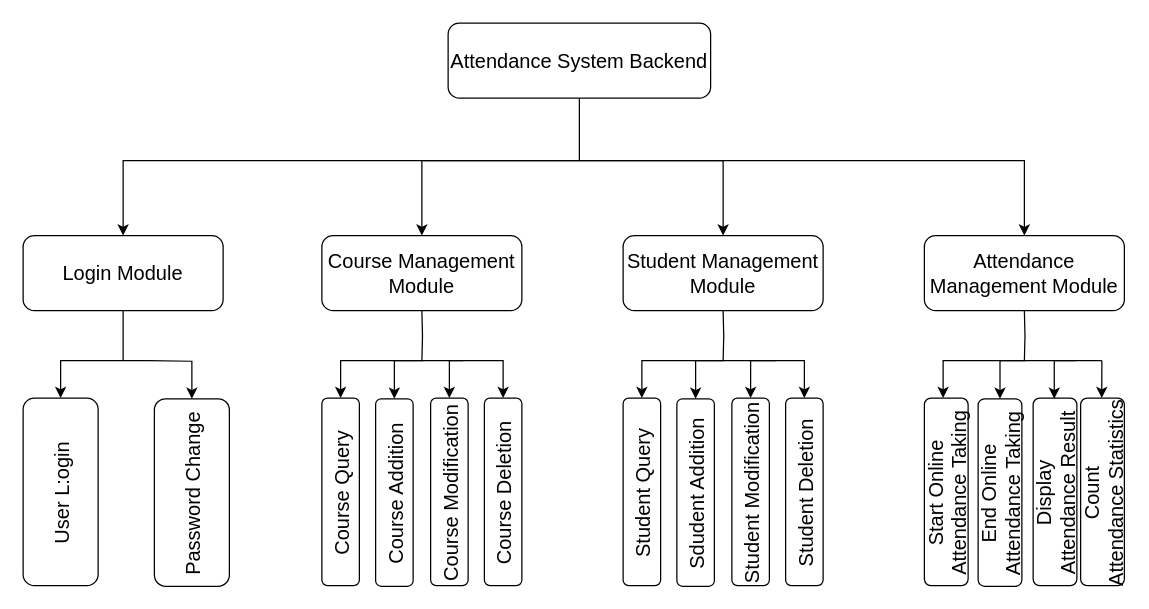
This is page "Page-1" (1 of 4) of attendance modules.drawio from fchen-group/attendance-system, a draw.io file, before an edit. Source tidied: cells renumbered, new cells numbered last; positions are measured from the earlier drawing's top-left corner, leaving out a move shared by most shapes. Both pictures are drawn from the tidied source at 125%, with x=0, y=0 at pixel (22, 22).
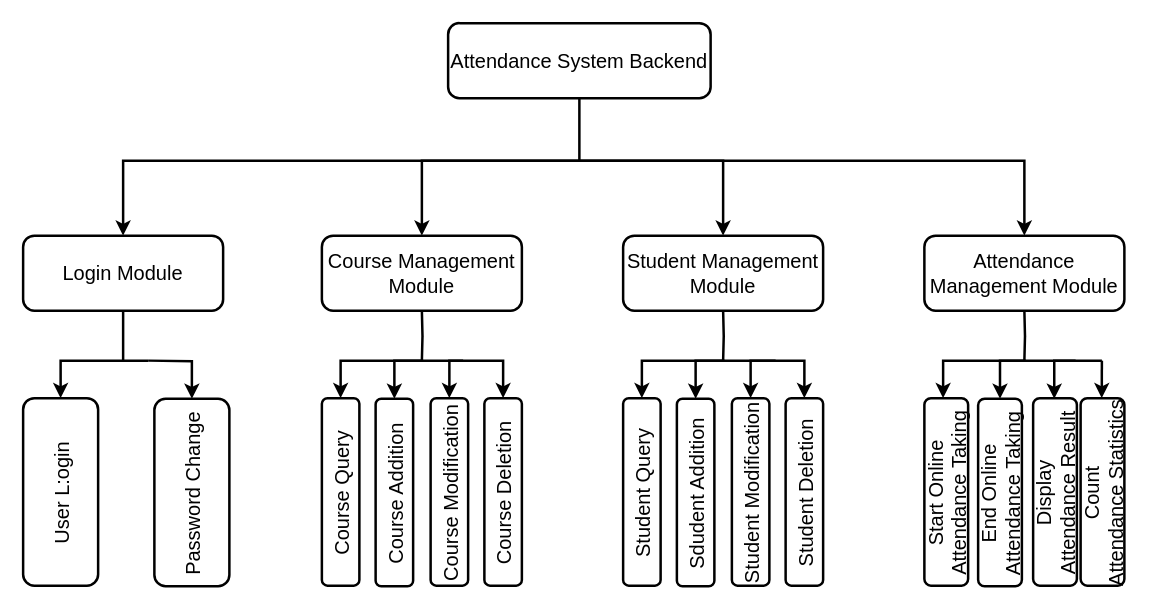
After the change.

Change to the diagram source:
```diff
@@
-    <mxCell id="2" style="group;" parent="1" vertex="1">
+    <mxCell id="2" style="group;strokeWidth=2;" parent="1" vertex="1">
       <mxGeometry width="881" height="450.5" as="geometry" />
     </mxCell>
-    <mxCell id="3" style="edgeStyle=orthogonalEdgeStyle;rounded=0;jettySize=auto;html=1;startArrow=none;startFill=0;endArrow=none;endFill=0;fontSize=16;" parent="2" edge="1" source="4">
+    <mxCell id="3" style="edgeStyle=orthogonalEdgeStyle;rounded=0;jettySize=auto;html=1;startArrow=none;startFill=0;endArrow=none;endFill=0;fontSize=16;strokeWidth=2;" parent="2" edge="1" source="4">
       <mxGeometry relative="1" as="geometry">
         <mxPoint x="445" y="110" as="targetPoint" />
       </mxGeometry>
     </mxCell>
-    <mxCell id="4" value="Attendance System Backend" style="rounded=1;whiteSpace=wrap;html=1;fontSize=16;" parent="2" vertex="1">
+    <mxCell id="4" value="Attendance System Backend" style="rounded=1;whiteSpace=wrap;html=1;fontSize=16;strokeWidth=2;" parent="2" vertex="1">
       <mxGeometry x="340" width="210" height="60" as="geometry" />
     </mxCell>
-    <mxCell id="5" style="edgeStyle=orthogonalEdgeStyle;rounded=0;jettySize=auto;html=1;exitX=0.5;exitY=1;exitDx=0;exitDy=0;startArrow=none;startFill=0;endArrow=none;endFill=0;fontSize=16;" parent="2" edge="1" source="6">
+    <mxCell id="5" style="edgeStyle=orthogonalEdgeStyle;rounded=0;jettySize=auto;html=1;exitX=0.5;exitY=1;exitDx=0;exitDy=0;startArrow=none;startFill=0;endArrow=none;endFill=0;fontSize=16;strokeWidth=2;" parent="2" edge="1" source="6">
       <mxGeometry relative="1" as="geometry">
         <mxPoint x="80" y="270" as="targetPoint" />
       </mxGeometry>
     </mxCell>
-    <mxCell id="6" value="Login Module" style="rounded=1;whiteSpace=wrap;html=1;fontSize=16;" parent="2" vertex="1">
+    <mxCell id="6" value="Login Module" style="rounded=1;whiteSpace=wrap;html=1;fontSize=16;strokeWidth=2;" parent="2" vertex="1">
       <mxGeometry y="170" width="160" height="60" as="geometry" />
     </mxCell>
-    <mxCell id="7" value="Course Management Module" style="rounded=1;whiteSpace=wrap;html=1;fontSize=16;" parent="2" vertex="1">
+    <mxCell id="7" value="Course Management Module" style="rounded=1;whiteSpace=wrap;html=1;fontSize=16;strokeWidth=2;" parent="2" vertex="1">
       <mxGeometry x="239" y="170" width="160" height="60" as="geometry" />
     </mxCell>
-    <mxCell id="8" value="Student Management Module" style="rounded=1;whiteSpace=wrap;html=1;fontSize=16;" parent="2" vertex="1">
+    <mxCell id="8" value="Student Management Module" style="rounded=1;whiteSpace=wrap;html=1;fontSize=16;strokeWidth=2;" parent="2" vertex="1">
       <mxGeometry x="480" y="170" width="160" height="60" as="geometry" />
     </mxCell>
-    <mxCell id="9" style="edgeStyle=orthogonalEdgeStyle;rounded=0;jettySize=auto;html=1;exitX=0.5;exitY=0;exitDx=0;exitDy=0;startArrow=classic;startFill=1;endArrow=classic;endFill=1;fontSize=16;entryX=0.5;entryY=0;entryDx=0;entryDy=0;" parent="2" edge="1" source="7" target="8">
+    <mxCell id="9" style="edgeStyle=orthogonalEdgeStyle;rounded=0;jettySize=auto;html=1;exitX=0.5;exitY=0;exitDx=0;exitDy=0;startArrow=classic;startFill=1;endArrow=classic;endFill=1;fontSize=16;entryX=0.5;entryY=0;entryDx=0;entryDy=0;strokeWidth=2;" parent="2" edge="1" source="7" target="8">
       <mxGeometry relative="1" as="geometry">
         <Array as="points">
           <mxPoint x="319" y="110" />
           <mxPoint x="560" y="110" />
         </Array>
       </mxGeometry>
     </mxCell>
-    <mxCell id="10" value="Attendance Management Module" style="rounded=1;whiteSpace=wrap;html=1;fontSize=16;" parent="2" vertex="1">
+    <mxCell id="10" value="Attendance Management Module" style="rounded=1;whiteSpace=wrap;html=1;fontSize=16;strokeWidth=2;" parent="2" vertex="1">
       <mxGeometry x="721" y="170" width="160" height="60" as="geometry" />
     </mxCell>
-    <mxCell id="11" style="edgeStyle=orthogonalEdgeStyle;rounded=0;jettySize=auto;html=1;fontSize=16;exitX=0.5;exitY=0;exitDx=0;exitDy=0;endArrow=classic;endFill=1;startArrow=classic;startFill=1;" parent="2" edge="1" source="10" target="6">
+    <mxCell id="11" style="edgeStyle=orthogonalEdgeStyle;rounded=0;jettySize=auto;html=1;fontSize=16;exitX=0.5;exitY=0;exitDx=0;exitDy=0;endArrow=classic;endFill=1;startArrow=classic;startFill=1;strokeWidth=2;" parent="2" edge="1" source="10" target="6">
       <mxGeometry relative="1" as="geometry">
         <Array as="points">
           <mxPoint x="801" y="110" />
           <mxPoint x="80" y="110" />
         </Array>
       </mxGeometry>
     </mxCell>
-    <mxCell id="12" value="User L:ogin" style="rounded=1;direction=south;horizontal=0;fontSize=16;" parent="2" vertex="1">
+    <mxCell id="12" value="User L:ogin" style="rounded=1;direction=south;horizontal=0;fontSize=16;strokeWidth=2;" parent="2" vertex="1">
       <mxGeometry y="300" width="60" height="150" as="geometry" />
     </mxCell>
-    <mxCell id="13" style="edgeStyle=orthogonalEdgeStyle;elbow=vertical;rounded=0;" parent="2" edge="1" target="12">
+    <mxCell id="13" style="edgeStyle=orthogonalEdgeStyle;elbow=vertical;rounded=0;strokeWidth=2;" parent="2" edge="1" target="12">
       <mxGeometry relative="1" as="geometry">
         <mxPoint x="100" y="270" as="sourcePoint" />
         <Array as="points">
           <mxPoint x="100" y="270" />
           <mxPoint x="30" y="270" />
         </Array>
       </mxGeometry>
     </mxCell>
-    <mxCell id="14" value="Password Change" style="rounded=1;direction=south;fontSize=16;horizontal=0;rotation=0;" parent="2" vertex="1">
+    <mxCell id="14" value="Password Change" style="rounded=1;direction=south;fontSize=16;horizontal=0;rotation=0;strokeWidth=2;" parent="2" vertex="1">
       <mxGeometry x="105" y="300.5" width="60" height="150" as="geometry" />
     </mxCell>
-    <mxCell id="15" style="edgeStyle=orthogonalEdgeStyle;elbow=vertical;rounded=0;" parent="2" edge="1" target="14">
+    <mxCell id="15" style="edgeStyle=orthogonalEdgeStyle;elbow=vertical;rounded=0;strokeWidth=2;" parent="2" edge="1" target="14">
       <mxGeometry relative="1" as="geometry">
         <mxPoint x="100" y="270" as="sourcePoint" />
       </mxGeometry>
     </mxCell>
-    <mxCell id="16" style="edgeStyle=orthogonalEdgeStyle;rounded=0;orthogonalLoop=1;jettySize=auto;html=1;exitX=0.5;exitY=1;exitDx=0;exitDy=0;startArrow=none;startFill=0;endArrow=none;endFill=0;fontSize=16;" parent="2" edge="1">
+    <mxCell id="16" style="edgeStyle=orthogonalEdgeStyle;rounded=0;orthogonalLoop=1;jettySize=auto;html=1;exitX=0.5;exitY=1;exitDx=0;exitDy=0;startArrow=none;startFill=0;endArrow=none;endFill=0;fontSize=16;strokeWidth=2;" parent="2" edge="1">
       <mxGeometry relative="1" as="geometry">
         <mxPoint x="319" y="230" as="sourcePoint" />
         <mxPoint x="319" y="270" as="targetPoint" />
       </mxGeometry>
     </mxCell>
-    <mxCell id="17" value="Course Query" style="rounded=1;direction=south;horizontal=0;fontSize=16;" parent="2" vertex="1">
+    <mxCell id="17" value="Course Query" style="rounded=1;direction=south;horizontal=0;fontSize=16;strokeWidth=2;" parent="2" vertex="1">
       <mxGeometry x="239" y="300" width="30" height="150" as="geometry" />
     </mxCell>
-    <mxCell id="18" style="edgeStyle=orthogonalEdgeStyle;elbow=vertical;rounded=0;" parent="2" edge="1" target="17">
+    <mxCell id="18" style="edgeStyle=orthogonalEdgeStyle;elbow=vertical;rounded=0;strokeWidth=2;" parent="2" edge="1" target="17">
       <mxGeometry relative="1" as="geometry">
         <mxPoint x="320" y="270" as="sourcePoint" />
         <Array as="points">
           <mxPoint x="320" y="270" />
           <mxPoint x="254" y="270" />
         </Array>
       </mxGeometry>
     </mxCell>
-    <mxCell id="19" value="Course Addition" style="rounded=1;direction=south;fontSize=16;horizontal=0;rotation=0;" parent="2" vertex="1">
+    <mxCell id="19" value="Course Addition" style="rounded=1;direction=south;fontSize=16;horizontal=0;rotation=0;strokeWidth=2;" parent="2" vertex="1">
       <mxGeometry x="282" y="300.5" width="30" height="150" as="geometry" />
     </mxCell>
-    <mxCell id="20" style="edgeStyle=orthogonalEdgeStyle;elbow=vertical;rounded=0;" parent="2" edge="1" target="19">
+    <mxCell id="20" style="edgeStyle=orthogonalEdgeStyle;elbow=vertical;rounded=0;strokeWidth=2;" parent="2" edge="1" target="19">
       <mxGeometry relative="1" as="geometry">
         <mxPoint x="352" y="270" as="sourcePoint" />
         <Array as="points">
           <mxPoint x="340" y="270" />
           <mxPoint x="297" y="270" />
         </Array>
       </mxGeometry>
     </mxCell>
-    <mxCell id="21" value="Course Modification" style="rounded=1;direction=south;horizontal=0;fontSize=16;" parent="2" vertex="1">
+    <mxCell id="21" value="Course Modification" style="rounded=1;direction=south;horizontal=0;fontSize=16;strokeWidth=2;" parent="2" vertex="1">
       <mxGeometry x="326" y="300" width="30" height="150" as="geometry" />
     </mxCell>
-    <mxCell id="22" value="Course Deletion" style="rounded=1;direction=south;fontSize=16;horizontal=0;rotation=0;" parent="2" vertex="1">
+    <mxCell id="22" value="Course Deletion" style="rounded=1;direction=south;fontSize=16;horizontal=0;rotation=0;strokeWidth=2;" parent="2" vertex="1">
       <mxGeometry x="369" y="300" width="30" height="150" as="geometry" />
     </mxCell>
-    <mxCell id="23" style="edgeStyle=orthogonalEdgeStyle;elbow=vertical;rounded=0;entryX=0;entryY=0.5;entryDx=0;entryDy=0;exitX=0;exitY=0.5;exitDx=0;exitDy=0;startArrow=classic;startFill=1;" parent="2" edge="1" source="22" target="21">
+    <mxCell id="23" style="edgeStyle=orthogonalEdgeStyle;elbow=vertical;rounded=0;entryX=0;entryY=0.5;entryDx=0;entryDy=0;exitX=0;exitY=0.5;exitDx=0;exitDy=0;startArrow=classic;startFill=1;strokeWidth=2;" parent="2" edge="1" source="22" target="21">
       <mxGeometry relative="1" as="geometry">
         <Array as="points">
           <mxPoint x="384" y="270" />
           <mxPoint x="341" y="270" />
         </Array>
       </mxGeometry>
     </mxCell>
-    <mxCell id="24" style="edgeStyle=orthogonalEdgeStyle;rounded=0;orthogonalLoop=1;jettySize=auto;html=1;exitX=0.5;exitY=1;exitDx=0;exitDy=0;startArrow=none;startFill=0;endArrow=none;endFill=0;fontSize=16;" parent="2" edge="1">
+    <mxCell id="24" style="edgeStyle=orthogonalEdgeStyle;rounded=0;orthogonalLoop=1;jettySize=auto;html=1;exitX=0.5;exitY=1;exitDx=0;exitDy=0;startArrow=none;startFill=0;endArrow=none;endFill=0;fontSize=16;strokeWidth=2;" parent="2" edge="1">
       <mxGeometry relative="1" as="geometry">
         <mxPoint x="560" y="230" as="sourcePoint" />
         <mxPoint x="560" y="270" as="targetPoint" />
       </mxGeometry>
     </mxCell>
-    <mxCell id="25" value="Student Query" style="rounded=1;direction=south;horizontal=0;fontSize=16;" parent="2" vertex="1">
+    <mxCell id="25" value="Student Query" style="rounded=1;direction=south;horizontal=0;fontSize=16;strokeWidth=2;" parent="2" vertex="1">
       <mxGeometry x="480" y="300" width="30" height="150" as="geometry" />
     </mxCell>
-    <mxCell id="26" style="edgeStyle=orthogonalEdgeStyle;elbow=vertical;rounded=0;" parent="2" edge="1" target="25">
+    <mxCell id="26" style="edgeStyle=orthogonalEdgeStyle;elbow=vertical;rounded=0;strokeWidth=2;" parent="2" edge="1" target="25">
       <mxGeometry relative="1" as="geometry">
         <mxPoint x="561" y="270" as="sourcePoint" />
         <Array as="points">
           <mxPoint x="561" y="270" />
           <mxPoint x="495" y="270" />
         </Array>
       </mxGeometry>
     </mxCell>
-    <mxCell id="27" value="Sdudent Addition" style="rounded=1;direction=south;fontSize=16;horizontal=0;rotation=0;" parent="2" vertex="1">
+    <mxCell id="27" value="Sdudent Addition" style="rounded=1;direction=south;fontSize=16;horizontal=0;rotation=0;strokeWidth=2;" parent="2" vertex="1">
       <mxGeometry x="523" y="300.5" width="30" height="150" as="geometry" />
     </mxCell>
-    <mxCell id="28" style="edgeStyle=orthogonalEdgeStyle;elbow=vertical;rounded=0;" parent="2" edge="1" target="27">
+    <mxCell id="28" style="edgeStyle=orthogonalEdgeStyle;elbow=vertical;rounded=0;strokeWidth=2;" parent="2" edge="1" target="27">
       <mxGeometry relative="1" as="geometry">
         <mxPoint x="602" y="270" as="sourcePoint" />
         <Array as="points">
           <mxPoint x="581" y="270" />
           <mxPoint x="538" y="270" />
         </Array>
       </mxGeometry>
     </mxCell>
-    <mxCell id="29" value="Student Modification" style="rounded=1;direction=south;horizontal=0;fontSize=16;" parent="2" vertex="1">
+    <mxCell id="29" value="Student Modification" style="rounded=1;direction=south;horizontal=0;fontSize=16;strokeWidth=2;" parent="2" vertex="1">
       <mxGeometry x="567" y="300" width="30" height="150" as="geometry" />
     </mxCell>
-    <mxCell id="30" value="Student Deletion" style="rounded=1;direction=south;fontSize=16;horizontal=0;rotation=0;" parent="2" vertex="1">
+    <mxCell id="30" value="Student Deletion" style="rounded=1;direction=south;fontSize=16;horizontal=0;rotation=0;strokeWidth=2;" parent="2" vertex="1">
       <mxGeometry x="610" y="300" width="30" height="150" as="geometry" />
     </mxCell>
-    <mxCell id="31" style="edgeStyle=orthogonalEdgeStyle;elbow=vertical;rounded=0;entryX=0;entryY=0.5;entryDx=0;entryDy=0;exitX=0;exitY=0.5;exitDx=0;exitDy=0;startArrow=classic;startFill=1;" parent="2" edge="1" source="30" target="29">
+    <mxCell id="31" style="edgeStyle=orthogonalEdgeStyle;elbow=vertical;rounded=0;entryX=0;entryY=0.5;entryDx=0;entryDy=0;exitX=0;exitY=0.5;exitDx=0;exitDy=0;startArrow=classic;startFill=1;strokeWidth=2;" parent="2" edge="1" source="30" target="29">
       <mxGeometry relative="1" as="geometry">
         <Array as="points">
           <mxPoint x="625" y="270" />
           <mxPoint x="582" y="270" />
         </Array>
       </mxGeometry>
     </mxCell>
-    <mxCell id="32" style="edgeStyle=orthogonalEdgeStyle;rounded=0;orthogonalLoop=1;jettySize=auto;html=1;exitX=0.5;exitY=1;exitDx=0;exitDy=0;startArrow=none;startFill=0;endArrow=none;endFill=0;fontSize=16;" parent="2" edge="1">
+    <mxCell id="32" style="edgeStyle=orthogonalEdgeStyle;rounded=0;orthogonalLoop=1;jettySize=auto;html=1;exitX=0.5;exitY=1;exitDx=0;exitDy=0;startArrow=none;startFill=0;endArrow=none;endFill=0;fontSize=16;strokeWidth=2;" parent="2" edge="1">
       <mxGeometry relative="1" as="geometry">
         <mxPoint x="801" y="230" as="sourcePoint" />
         <mxPoint x="801" y="270" as="targetPoint" />
       </mxGeometry>
     </mxCell>
-    <mxCell id="33" value="Start Online&#10;Attendance Taking" style="rounded=1;direction=south;horizontal=0;fontSize=16;" parent="2" vertex="1">
+    <mxCell id="33" value="Start Online&#10;Attendance Taking" style="rounded=1;direction=south;horizontal=0;fontSize=16;strokeWidth=2;" parent="2" vertex="1">
       <mxGeometry x="721" y="300" width="35" height="150" as="geometry" />
     </mxCell>
-    <mxCell id="34" style="edgeStyle=orthogonalEdgeStyle;elbow=vertical;rounded=0;" parent="2" edge="1" target="33">
+    <mxCell id="34" style="edgeStyle=orthogonalEdgeStyle;elbow=vertical;rounded=0;strokeWidth=2;" parent="2" edge="1" target="33">
       <mxGeometry relative="1" as="geometry">
         <mxPoint x="802" y="270" as="sourcePoint" />
         <Array as="points">
           <mxPoint x="802" y="270" />
           <mxPoint x="736" y="270" />
         </Array>
       </mxGeometry>
     </mxCell>
-    <mxCell id="35" value="End Online &#10;Attendance Taking" style="rounded=1;direction=south;fontSize=16;horizontal=0;rotation=0;" parent="2" vertex="1">
+    <mxCell id="35" value="End Online &#10;Attendance Taking" style="rounded=1;direction=south;fontSize=16;horizontal=0;rotation=0;strokeWidth=2;" parent="2" vertex="1">
       <mxGeometry x="764" y="300.5" width="35" height="150" as="geometry" />
     </mxCell>
-    <mxCell id="36" style="edgeStyle=orthogonalEdgeStyle;elbow=vertical;rounded=0;" parent="2" edge="1" target="35">
+    <mxCell id="36" style="edgeStyle=orthogonalEdgeStyle;elbow=vertical;rounded=0;strokeWidth=2;" parent="2" edge="1" target="35">
       <mxGeometry relative="1" as="geometry">
         <mxPoint x="842" y="270" as="sourcePoint" />
         <Array as="points">
           <mxPoint x="822" y="270" />
           <mxPoint x="779" y="270" />
         </Array>
       </mxGeometry>
     </mxCell>
-    <mxCell id="37" value="Display &#10;Attendance Result" style="rounded=1;direction=south;horizontal=0;fontSize=16;" parent="2" vertex="1">
+    <mxCell id="37" value="Display &#10;Attendance Result" style="rounded=1;direction=south;horizontal=0;fontSize=16;strokeWidth=2;" parent="2" vertex="1">
       <mxGeometry x="808" y="300" width="35" height="150" as="geometry" />
     </mxCell>
-    <mxCell id="38" value="Count&#10;Attendance Statistics" style="rounded=1;direction=south;horizontal=0;fontSize=16;" parent="2" vertex="1">
+    <mxCell id="38" value="Count&#10;Attendance Statistics" style="rounded=1;direction=south;horizontal=0;fontSize=16;strokeWidth=2;" parent="2" vertex="1">
       <mxGeometry x="846" y="300" width="35" height="150" as="geometry" />
     </mxCell>
-    <mxCell id="39" style="edgeStyle=orthogonalEdgeStyle;elbow=vertical;rounded=0;" parent="2" edge="1">
+    <mxCell id="39" style="edgeStyle=orthogonalEdgeStyle;elbow=vertical;rounded=0;strokeWidth=2;" parent="2" edge="1">
       <mxGeometry relative="1" as="geometry">
         <mxPoint x="863" y="270" as="sourcePoint" />
         <mxPoint x="824.9" y="300.5" as="targetPoint" />
         <Array as="points">
           <mxPoint x="825" y="270" />
         </Array>
       </mxGeometry>
     </mxCell>
-    <mxCell id="40" style="edgeStyle=orthogonalEdgeStyle;elbow=vertical;rounded=0;" parent="2" edge="1">
+    <mxCell id="40" style="edgeStyle=orthogonalEdgeStyle;elbow=vertical;rounded=0;strokeWidth=2;" parent="2" edge="1">
       <mxGeometry relative="1" as="geometry">
         <mxPoint x="863" y="270" as="sourcePoint" />
         <mxPoint x="862.9" y="300" as="targetPoint" />
         <Array as="points">
           <mxPoint x="863" y="270" />
         </Array>
       </mxGeometry>
     </mxCell>
```
